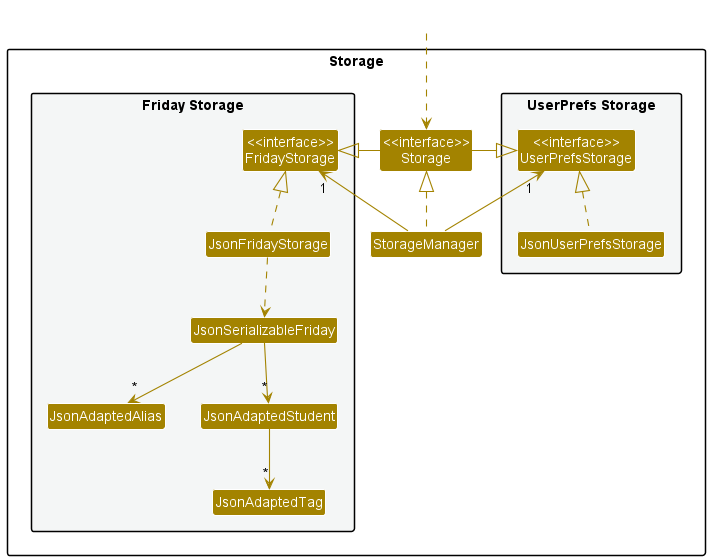
Before: docs/images/StorageClassDiagram.png, a diagram exported from PlantUML (nus-cs2103-AY2223S1/tp).
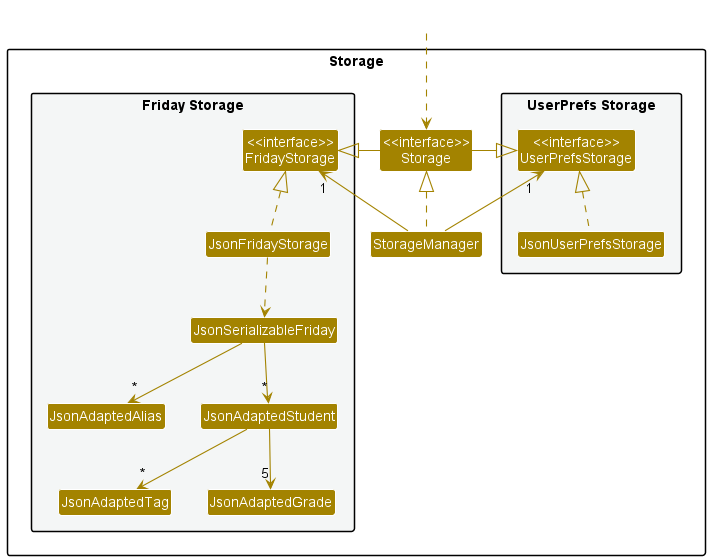
Above is the later version.

The edit, as a diff of the source:
```diff
@@ -21,6 +21,7 @@
 Class JsonAdaptedAlias
 Class JsonAdaptedStudent
 Class JsonAdaptedTag
+Class JsonAdaptedGrade
 }
 
 }
@@ -40,6 +41,7 @@
 JsonFridayStorage ..> JsonSerializableFriday
 JsonSerializableFriday --> "*" JsonAdaptedStudent
 JsonSerializableFriday --> "*" JsonAdaptedAlias
+JsonAdaptedStudent --> "5" JsonAdaptedGrade
 JsonAdaptedStudent --> "*" JsonAdaptedTag
 
 @enduml
```
